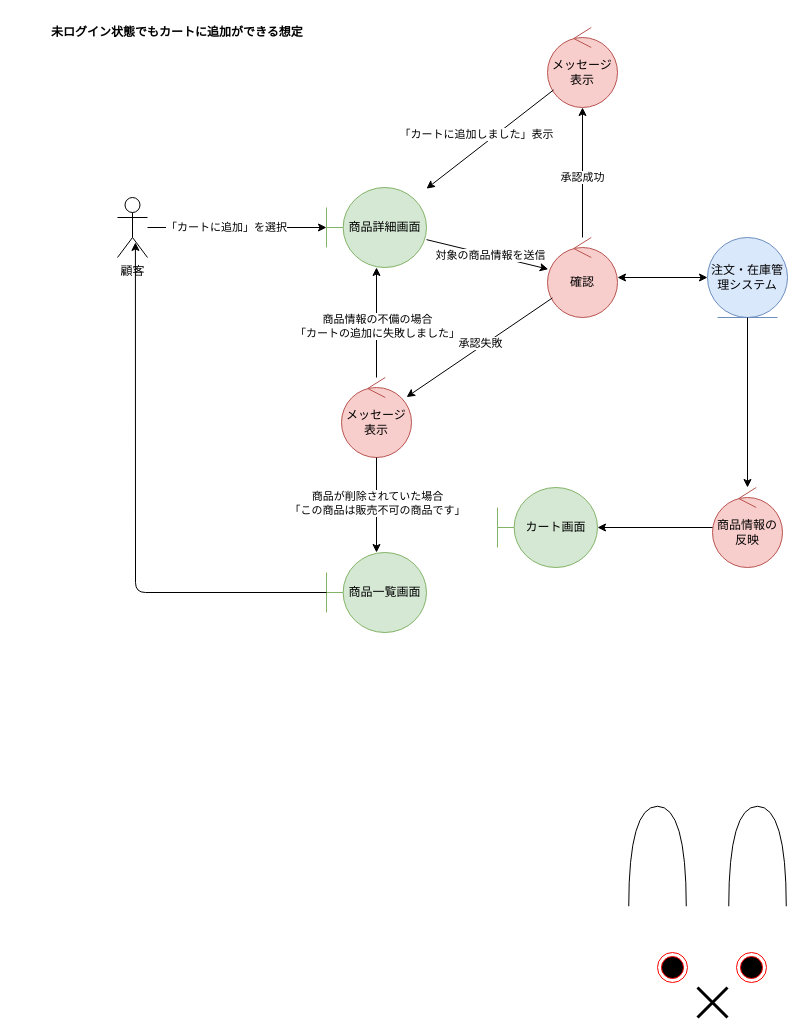
The draw.io diagram BB/analysis_cart.drawio in FujikawaHirono0520/group3_1_dogdog, before the edit. Source tidied: cells renumbered, new cells numbered last; positions are measured from the earlier drawing's top-left corner, leaving out a move shared by most shapes. Both pictures are drawn from the tidied source at 100%, with x=0, y=0 at pixel (17, 17).
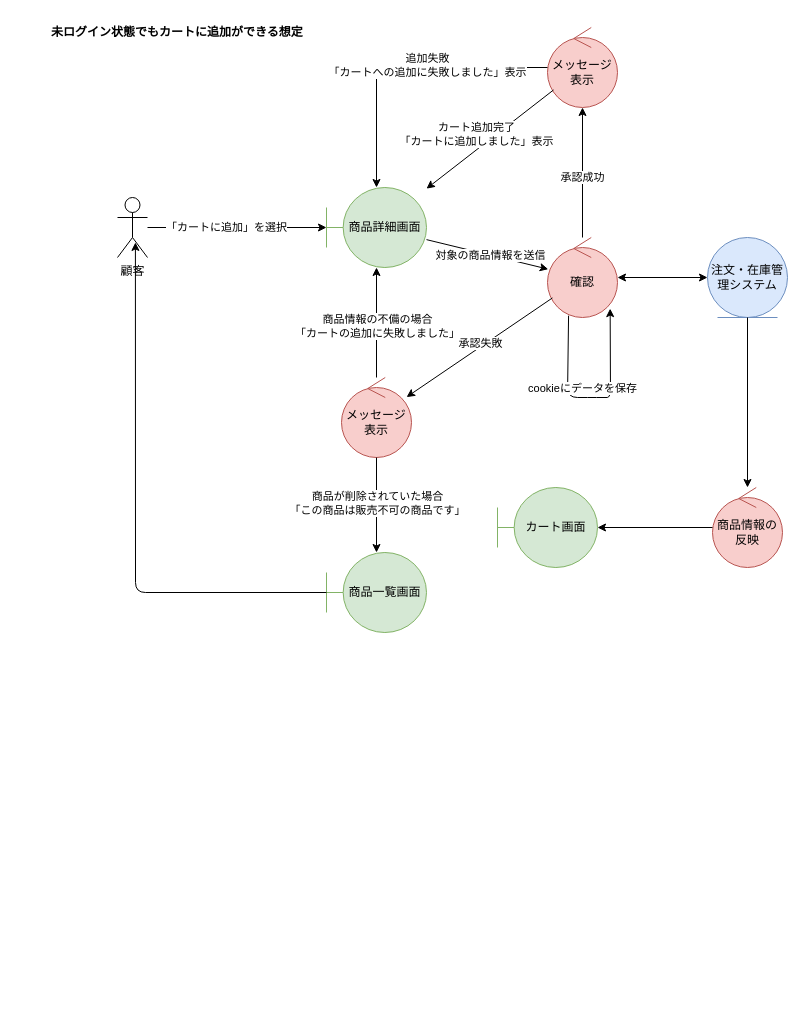
After the change.

Unchanged cells that the change refers to:
```xml
<mxCell id="3" value="商品詳細画面" style="shape=umlBoundary;whiteSpace=wrap;html=1;fillColor=#d5e8d4;strokeColor=#82b366;" parent="1" vertex="1">
  <mxGeometry x="309" y="170" width="100" height="80" as="geometry" />
</mxCell>
<mxCell id="9" value="確認" style="ellipse;shape=umlControl;whiteSpace=wrap;html=1;fillColor=#f8cecc;strokeColor=#b85450;" parent="1" vertex="1">
  <mxGeometry x="530" y="220" width="70" height="80" as="geometry" />
</mxCell>
<mxCell id="12" value="メッセージ表示" style="ellipse;shape=umlControl;whiteSpace=wrap;html=1;fillColor=#f8cecc;strokeColor=#b85450;" parent="1" vertex="1">
  <mxGeometry x="530" y="10" width="70" height="80" as="geometry" />
</mxCell>
<mxCell id="15" style="endArrow=classic;html=1;" parent="1" edge="1" source="12" target="3">
  <mxGeometry relative="1" as="geometry" />
</mxCell>
```

What changed in the source:
```diff
@@
-    <mxCell id="16" value="「カートに追加しました」表示" style="edgeLabel;html=1;align=center;verticalAlign=middle;" parent="15" vertex="1">
+    <mxCell id="16" value="&lt;div&gt;カート追加完了&lt;/div&gt;「カートに追加しました」表示" style="edgeLabel;html=1;align=center;verticalAlign=middle;" parent="15" vertex="1">
       <mxGeometry x="-0.13" y="2" relative="1" as="geometry">
         <mxPoint x="-23" as="offset" />
       </mxGeometry>
     </mxCell>
-    <mxCell id="17" style="shape=umlDestroy;whiteSpace=wrap;html=1;strokeWidth=3;targetShapes=umlLifeline;" parent="1" vertex="1">
-      <mxGeometry x="680" y="970" width="30" height="30" as="geometry" />
-    </mxCell>
-    <mxCell id="18" style="ellipse;html=1;shape=endState;fillColor=#000000;strokeColor=#ff0000;" parent="1" vertex="1">
-      <mxGeometry x="640" y="935" width="30" height="30" as="geometry" />
-    </mxCell>
-    <mxCell id="19" style="ellipse;html=1;shape=endState;fillColor=#000000;strokeColor=#ff0000;" parent="1" vertex="1">
-      <mxGeometry x="719" y="935" width="30" height="30" as="geometry" />
-    </mxCell>
-    <mxCell id="20" style="shape=requiredInterface;html=1;verticalLabelPosition=bottom;sketch=0;rotation=-90;" parent="1" vertex="1">
-      <mxGeometry x="690" y="810" width="100" height="57.5" as="geometry" />
-    </mxCell>
-    <mxCell id="21" style="shape=requiredInterface;html=1;verticalLabelPosition=bottom;sketch=0;rotation=-90;" parent="1" vertex="1">
-      <mxGeometry x="590" y="810" width="100" height="57.5" as="geometry" />
-    </mxCell>
@@
+    <mxCell id="35" style="endArrow=classic;html=1;" parent="1" edge="1" source="12" target="3">
+      <mxGeometry relative="1" as="geometry">
+        <Array as="points">
+          <mxPoint x="359" y="50" />
+        </Array>
+      </mxGeometry>
+    </mxCell>
+    <mxCell id="36" value="追加失敗&lt;div&gt;「カートへの追加に失敗しました」表示&lt;/div&gt;" style="edgeLabel;html=1;align=center;verticalAlign=middle;" parent="35" vertex="1">
+      <mxGeometry x="-0.17" y="-3" relative="1" as="geometry" />
+    </mxCell>
+    <mxCell id="37" style="endArrow=classic;html=1;exitX=0.301;exitY=0.977;exitDx=0;exitDy=0;exitPerimeter=0;entryX=0.895;entryY=0.889;entryDx=0;entryDy=0;entryPerimeter=0;" parent="1" edge="1" source="9" target="9">
+      <mxGeometry relative="1" as="geometry">
+        <Array as="points">
+          <mxPoint x="550" y="380" />
+          <mxPoint x="580" y="380" />
+          <mxPoint x="593" y="380" />
+        </Array>
+      </mxGeometry>
+    </mxCell>
+    <mxCell id="38" value="cookieにデータを保存" style="edgeLabel;html=1;align=center;verticalAlign=middle;" parent="37" vertex="1">
+      <mxGeometry x="-0.07" y="-3" relative="1" as="geometry">
+        <mxPoint x="-3" y="-13" as="offset" />
+      </mxGeometry>
+    </mxCell>
```
